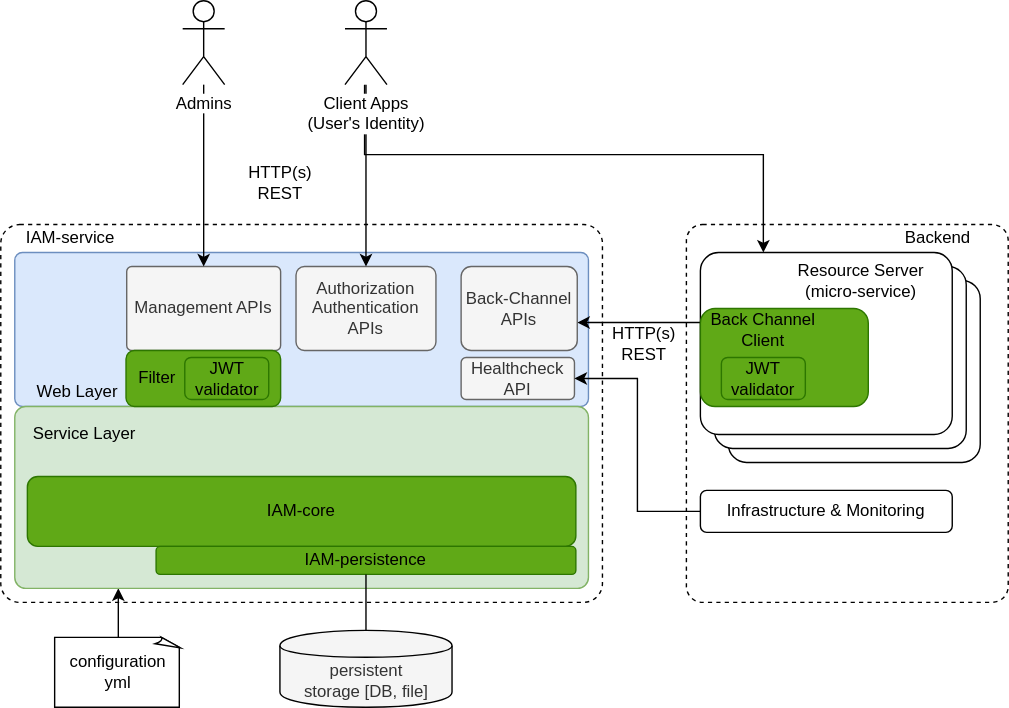
Earlier version of the draw.io export docs/IAM-service-architecture.svg (jveverka/iam-service). Source tidied: cells renumbered, new cells last; positions are measured from the earlier drawing's top-left corner, leaving out a move shared by most shapes.
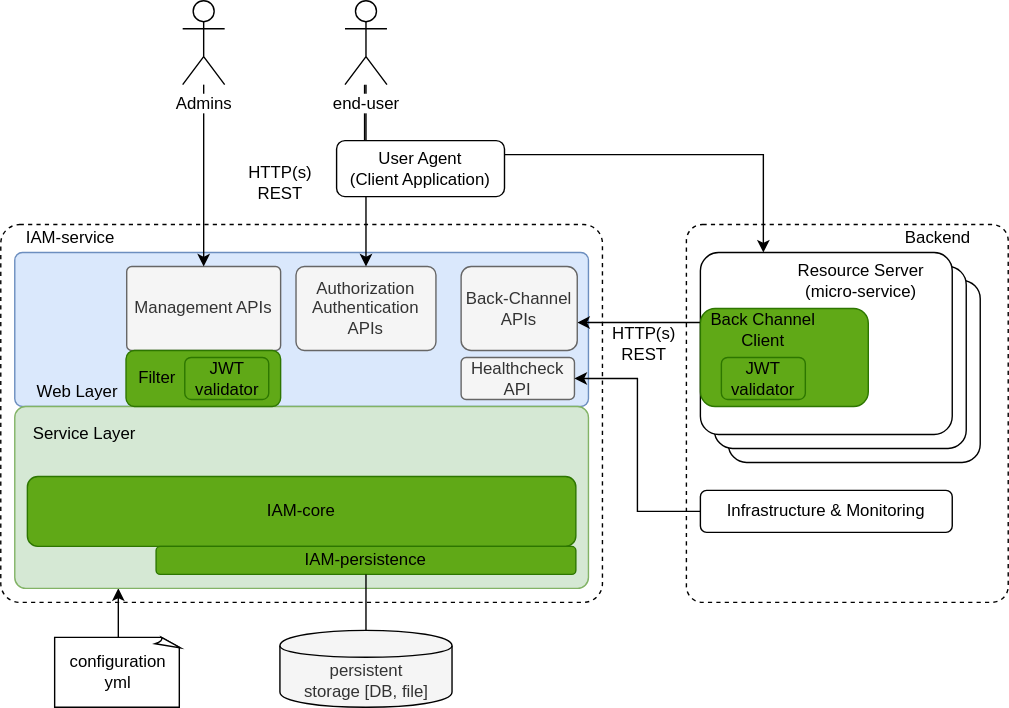
The same diagram one commit later.

Diff of the diagram source:
```diff
@@ -68,7 +68,7 @@
         </Array>
       </mxGeometry>
     </mxCell>
-    <mxCell id="19" value="Client Apps&lt;br&gt;(User's Identity)" style="shape=umlActor;verticalLabelPosition=bottom;labelBackgroundColor=#ffffff;verticalAlign=top;html=1;outlineConnect=0;" parent="1" vertex="1">
+    <mxCell id="19" value="end-user" style="shape=umlActor;verticalLabelPosition=bottom;labelBackgroundColor=#ffffff;verticalAlign=top;html=1;outlineConnect=0;" parent="1" vertex="1">
       <mxGeometry x="246" width="30" height="60" as="geometry" />
     </mxCell>
     <mxCell id="20" style="edgeStyle=orthogonalEdgeStyle;rounded=0;jettySize=auto;html=1;endArrow=classic;endFill=1;" parent="1" edge="1" source="21" target="8">
@@ -131,5 +131,8 @@
     <mxCell id="39" value="Backend" style="text;html=1;strokeColor=none;fillColor=none;align=center;verticalAlign=middle;whiteSpace=wrap;rounded=0;" parent="1" vertex="1">
       <mxGeometry x="620" y="160" width="100" height="20" as="geometry" />
     </mxCell>
+    <mxCell id="40" value="User Agent&lt;br&gt;(Client Application)" style="rounded=1;whiteSpace=wrap;html=1;" parent="1" vertex="1">
+      <mxGeometry x="240" y="100" width="120" height="40" as="geometry" />
+    </mxCell>
   </root>
 </mxGraphModel>
```
